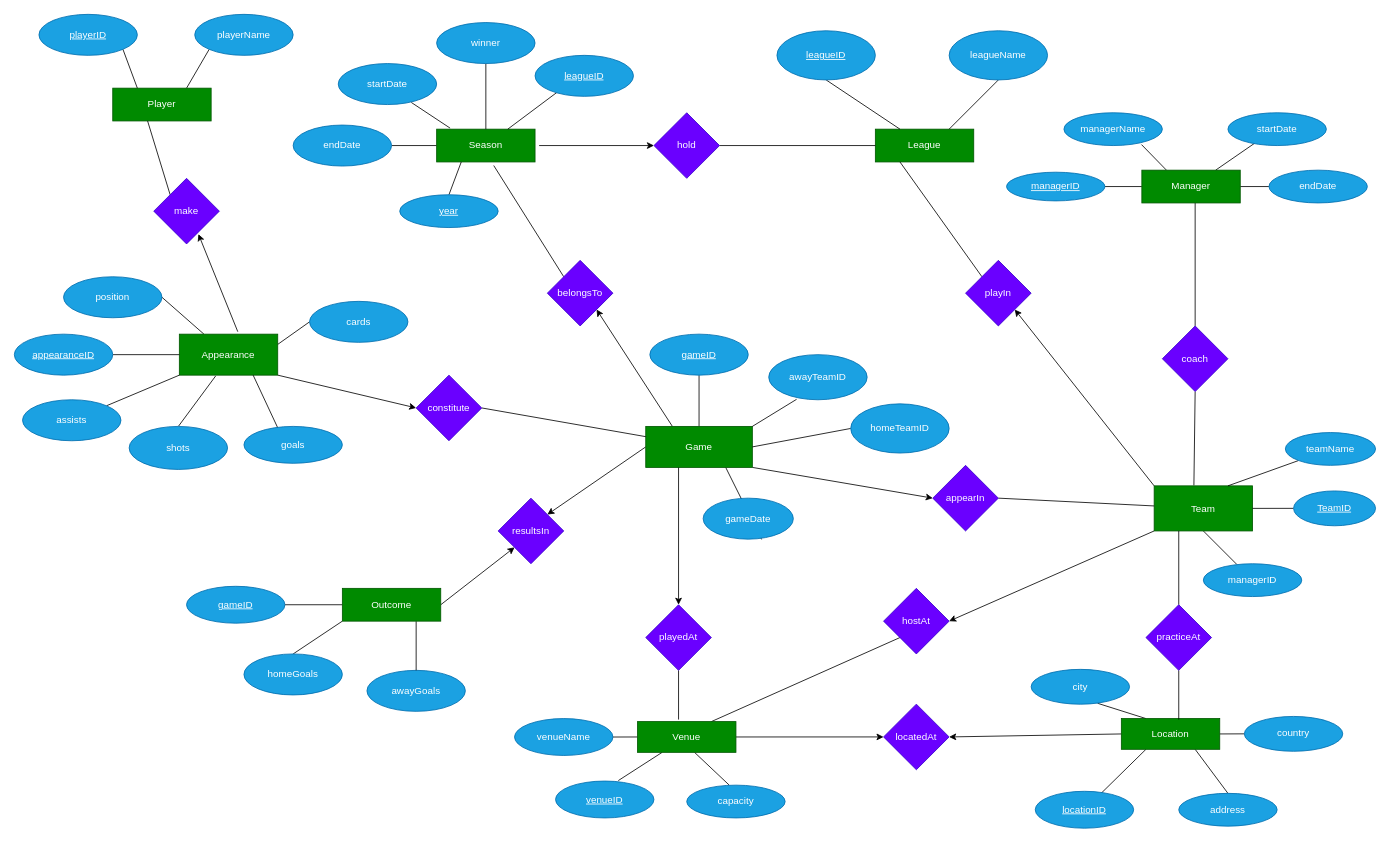
The draw.io diagram erdiagram.drawio in dgambone3/Soccer_Relational_Database, before the edit. Source tidied: cells renumbered, new cells numbered last; positions are measured from the earlier drawing's top-left corner, leaving out a move shared by most shapes. Both pictures are drawn from the tidied source at 82%, with x=0, y=0 at pixel (14, 14).
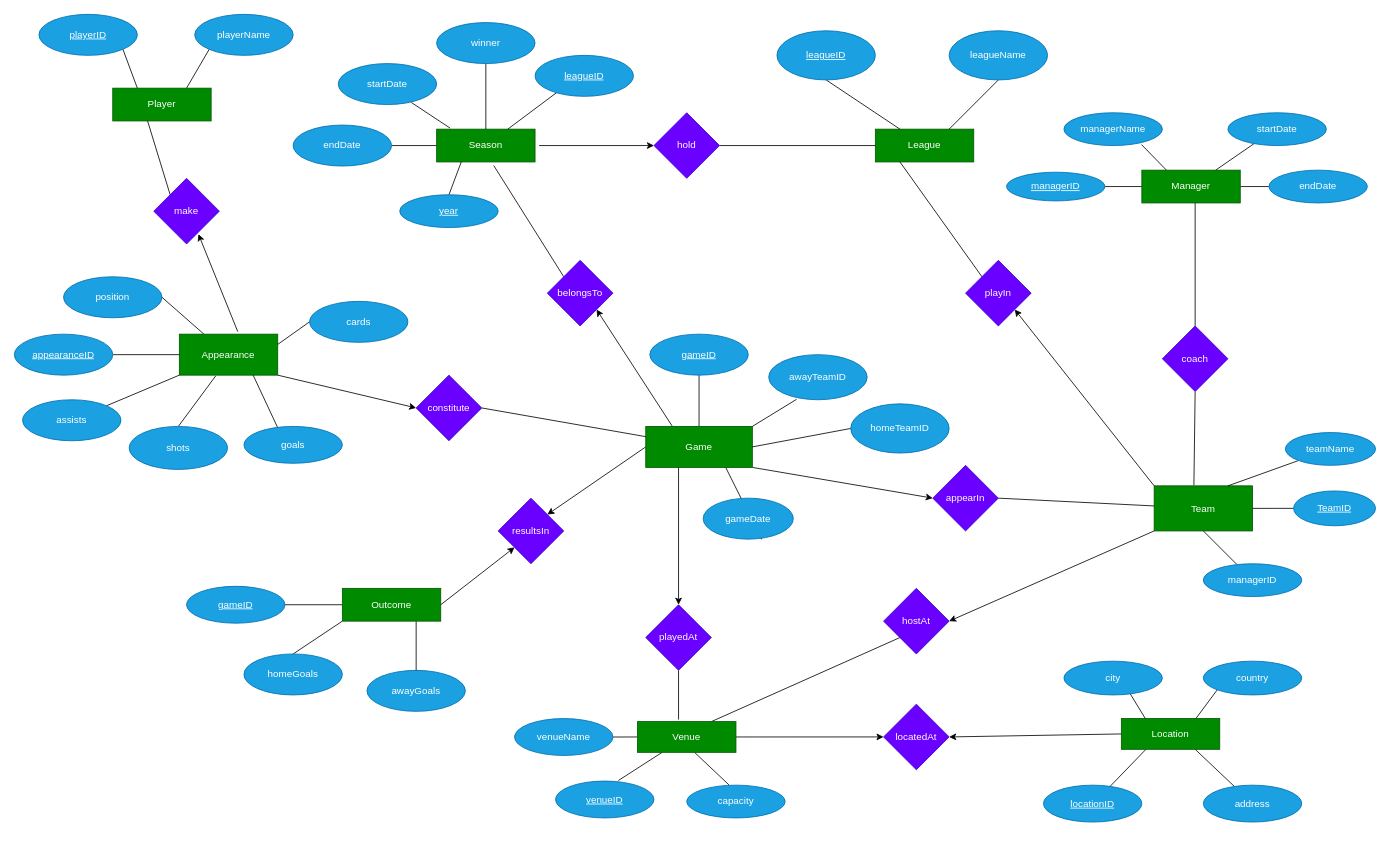
The same page after the edit.

Commit message:
Removed 'practiceAt' relationship

The change refers to these unchanged cells:
```xml
<mxCell id="6" value="Team" style="rounded=0;whiteSpace=wrap;html=1;fillColor=#008a00;fontColor=#ffffff;strokeColor=#005700;" parent="1" vertex="1">
  <mxGeometry x="1390" y="575" width="120" height="55" as="geometry" />
</mxCell>
<mxCell id="76" value="Location" style="rounded=0;whiteSpace=wrap;html=1;fillColor=#008a00;fontColor=#ffffff;strokeColor=#005700;" parent="1" vertex="1">
  <mxGeometry x="1350" y="858.8" width="120" height="37.5" as="geometry" />
</mxCell>
<mxCell id="95" value="locatedAt" style="rhombus;whiteSpace=wrap;html=1;fillColor=#6a00ff;fontColor=#ffffff;strokeColor=#3700CC;" parent="1" vertex="1">
  <mxGeometry x="1060" y="841.2" width="80" height="80" as="geometry" />
</mxCell>
```

What changed in the source:
```diff
@@
-    <mxCell id="71" style="edgeStyle=none;html=1;exitX=0.25;exitY=0;exitDx=0;exitDy=0;entryX=0.675;entryY=0.973;entryDx=0;entryDy=0;endArrow=none;endFill=0;entryPerimeter=0;" parent="1" edge="1" source="76" target="79">
-      <mxGeometry relative="1" as="geometry" />
+    <mxCell id="71" style="edgeStyle=none;html=1;entryX=0.675;entryY=0.973;entryDx=0;entryDy=0;endArrow=none;endFill=0;entryPerimeter=0;" parent="1" edge="1" target="79">
+      <mxGeometry relative="1" as="geometry">
+        <mxPoint x="1380" y="860" as="sourcePoint" />
+      </mxGeometry>
     </mxCell>
@@
+    <mxCell id="75" style="edgeStyle=none;html=1;exitX=0;exitY=0.5;exitDx=0;exitDy=0;endArrow=classic;endFill=1;entryX=1;entryY=0.5;entryDx=0;entryDy=0;" parent="1" edge="1" source="76" target="95">
+      <mxGeometry relative="1" as="geometry" />
+    </mxCell>
+    <mxCell id="120" style="edgeStyle=none;html=1;entryX=0;entryY=1;entryDx=0;entryDy=0;endArrow=none;endFill=0;" parent="1" edge="1" target="80">
+      <mxGeometry relative="1" as="geometry">
+        <mxPoint x="1440" y="860" as="sourcePoint" />
+      </mxGeometry>
+    </mxCell>
-    <mxCell id="73" style="edgeStyle=none;html=1;exitX=0.75;exitY=1;exitDx=0;exitDy=0;entryX=0.5;entryY=0;entryDx=0;entryDy=0;endArrow=none;endFill=0;" parent="1" edge="1" source="76" target="78">
+    <mxCell id="73" style="edgeStyle=none;html=1;exitX=0.75;exitY=1;exitDx=0;exitDy=0;endArrow=none;endFill=0;" parent="1" edge="1" source="76" target="78">
       <mxGeometry relative="1" as="geometry" />
     </mxCell>
-    <mxCell id="74" style="edgeStyle=none;html=1;exitX=1;exitY=0.5;exitDx=0;exitDy=0;entryX=0;entryY=0.5;entryDx=0;entryDy=0;endArrow=none;endFill=0;" parent="1" edge="1" source="76" target="80">
-      <mxGeometry relative="1" as="geometry" />
-    </mxCell>
-    <mxCell id="75" style="edgeStyle=none;html=1;exitX=0;exitY=0.5;exitDx=0;exitDy=0;endArrow=classic;endFill=1;entryX=1;entryY=0.5;entryDx=0;entryDy=0;" parent="1" edge="1" source="76" target="95">
-      <mxGeometry relative="1" as="geometry" />
-    </mxCell>
@@
     <mxCell id="77" value="&lt;u&gt;locationID&lt;/u&gt;" style="ellipse;whiteSpace=wrap;html=1;fillColor=#1ba1e2;fontColor=#ffffff;strokeColor=#006EAF;" parent="1" vertex="1">
-      <mxGeometry x="1245" y="947.5" width="120" height="45" as="geometry" />
+      <mxGeometry x="1255" y="940" width="120" height="45" as="geometry" />
     </mxCell>
-    <mxCell id="78" value="address" style="ellipse;whiteSpace=wrap;html=1;fillColor=#1ba1e2;fontColor=#ffffff;strokeColor=#006EAF;" parent="1" vertex="1">
-      <mxGeometry x="1420" y="950" width="120" height="40" as="geometry" />
-    </mxCell>
     <mxCell id="79" value="city" style="ellipse;whiteSpace=wrap;html=1;fillColor=#1ba1e2;fontColor=#ffffff;strokeColor=#006EAF;" parent="1" vertex="1">
-      <mxGeometry x="1240" y="798.8" width="120" height="42.5" as="geometry" />
+      <mxGeometry x="1280" y="788.8" width="120" height="41.2" as="geometry" />
     </mxCell>
-    <mxCell id="80" value="country" style="ellipse;whiteSpace=wrap;html=1;fillColor=#1ba1e2;fontColor=#ffffff;strokeColor=#006EAF;" parent="1" vertex="1">
-      <mxGeometry x="1500" y="856.2" width="120" height="42.5" as="geometry" />
-    </mxCell>
-    <mxCell id="81" style="edgeStyle=none;html=1;exitX=0.5;exitY=0;exitDx=0;exitDy=0;endArrow=none;endFill=0;entryX=0.25;entryY=1;entryDx=0;entryDy=0;" parent="1" edge="1" source="83" target="6">
-      <mxGeometry relative="1" as="geometry" />
-    </mxCell>
-    <mxCell id="82" style="edgeStyle=none;html=1;exitX=0.5;exitY=1;exitDx=0;exitDy=0;endArrow=none;endFill=0;" parent="1" edge="1" source="83">
-      <mxGeometry relative="1" as="geometry">
-        <mxPoint x="1420" y="860" as="targetPoint" />
-      </mxGeometry>
-    </mxCell>
-    <mxCell id="83" value="practiceAt" style="rhombus;whiteSpace=wrap;html=1;fillColor=#6a00ff;fontColor=#ffffff;strokeColor=#3700CC;" parent="1" vertex="1">
-      <mxGeometry x="1380" y="720" width="80" height="80" as="geometry" />
-    </mxCell>
@@
+    <mxCell id="80" value="country" style="ellipse;whiteSpace=wrap;html=1;fillColor=#1ba1e2;fontColor=#ffffff;strokeColor=#006EAF;" parent="1" vertex="1">
+      <mxGeometry x="1450" y="788.8" width="120" height="41.2" as="geometry" />
+    </mxCell>
+    <mxCell id="78" value="address" style="ellipse;whiteSpace=wrap;html=1;fillColor=#1ba1e2;fontColor=#ffffff;strokeColor=#006EAF;" parent="1" vertex="1">
+      <mxGeometry x="1450" y="940" width="120" height="45" as="geometry" />
+    </mxCell>
```
